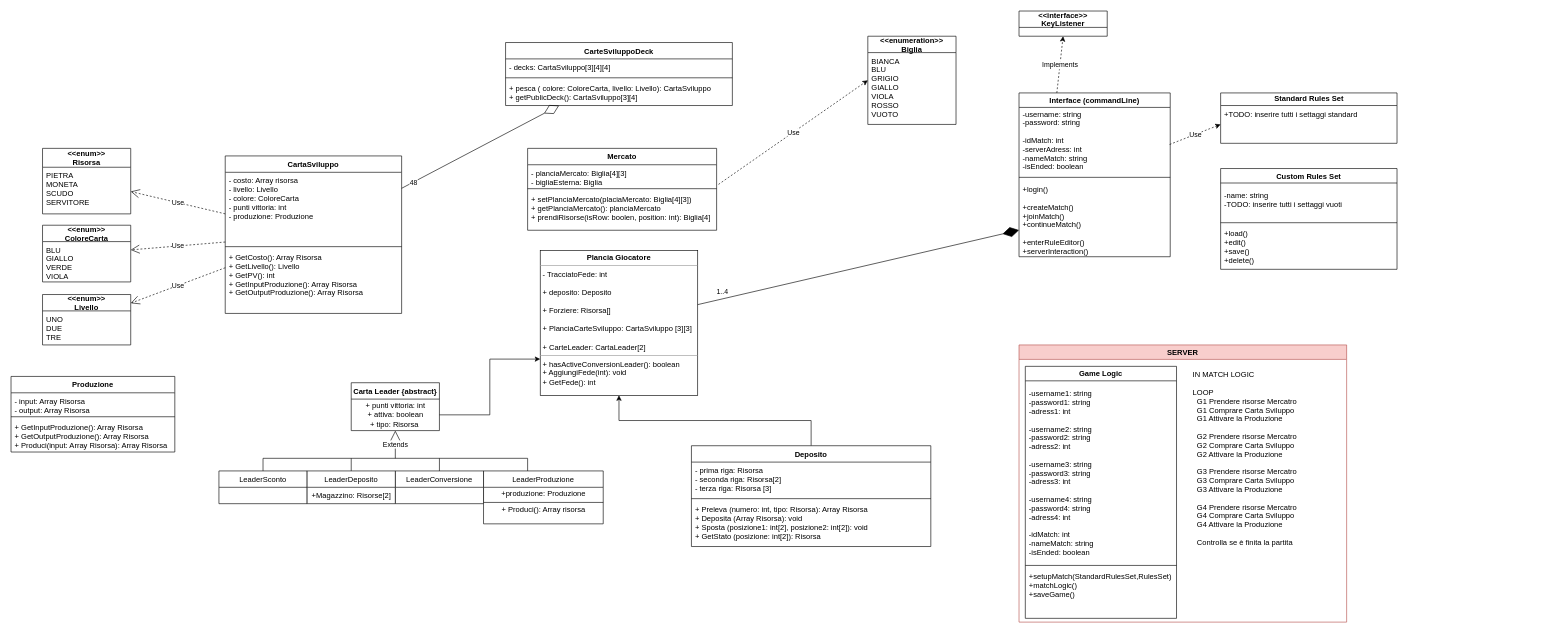
Above: Untitled Diagram.drawio in DavideLancini/ing-sw-2021-Lancini-Gilli-Frigerio (draw.io), before the change. Source tidied: cells renumbered, new cells numbered last; positions are measured from the earlier drawing's top-left corner, leaving out a move shared by most shapes. Both pictures are drawn from the tidied source at 63%, with x=0, y=0 at pixel (11, 11).
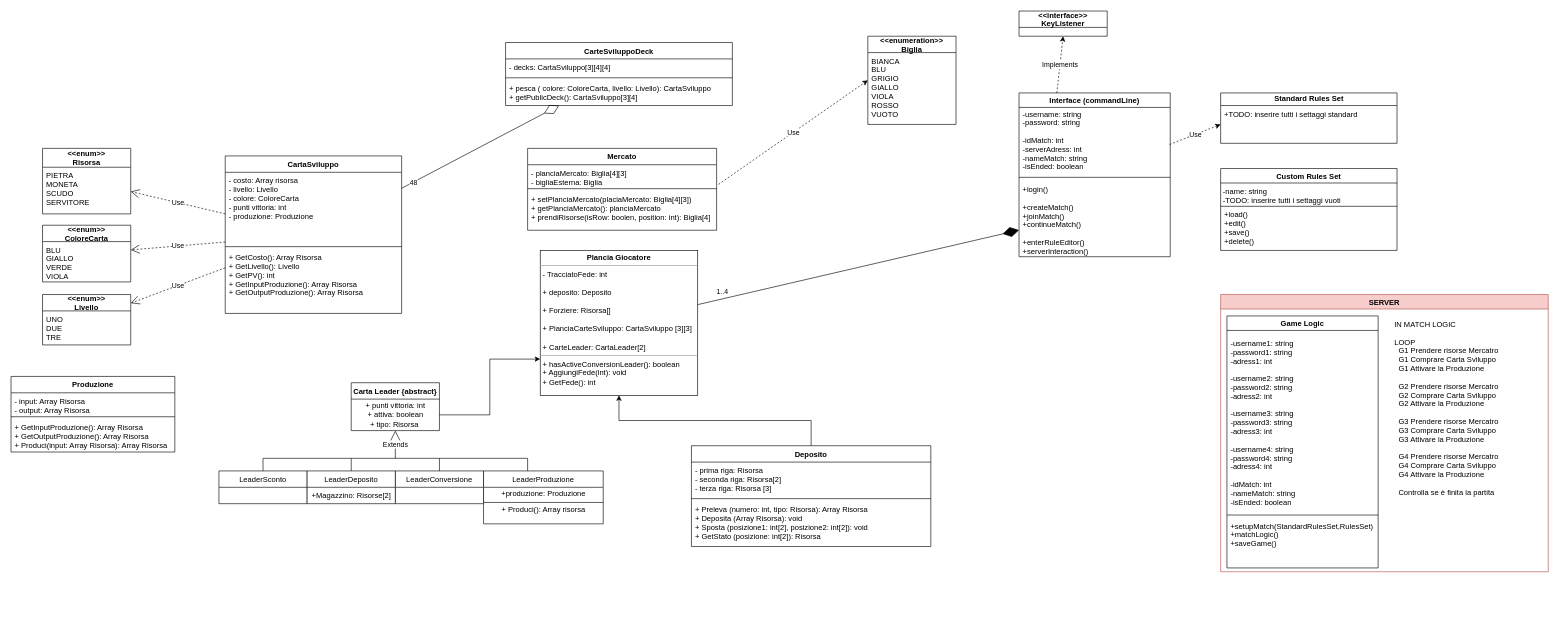
After the change.

What changed in the source:
```diff
@@
-    <mxCell id="16" value="Custom Rules Set" style="swimlane;strokeColor=#000000;swimlaneFillColor=#ffffff;" parent="1" vertex="1">
-      <mxGeometry x="1920" y="250" width="280" height="160" as="geometry" />
+    <mxCell id="16" value="Custom Rules Set" style="swimlane;swimlaneFillColor=#ffffff;startSize=23;swimlaneLine=1;rounded=0;glass=0;sketch=0;perimeterSpacing=1;align=center;" parent="1" vertex="1">
+      <mxGeometry x="1920" y="250" width="280" height="130" as="geometry" />
     </mxCell>
-    <mxCell id="17" value="-name: string&#10;-TODO: inserire tutti i settaggi vuoti" style="text;strokeColor=none;fillColor=none;align=left;verticalAlign=top;spacingLeft=4;spacingRight=4;overflow=hidden;" parent="16" vertex="1">
-      <mxGeometry y="30" width="280" height="50" as="geometry" />
+    <mxCell id="17" value="-name: string&lt;br&gt;-TODO: inserire tutti i settaggi vuoti" style="text;align=left;verticalAlign=top;spacingLeft=2;spacingRight=0;overflow=hidden;html=1;whiteSpace=wrap;labelBorderColor=none;labelBackgroundColor=none;textDirection=ltr;labelPosition=center;verticalLabelPosition=middle;shadow=0;" parent="16" vertex="1">
+      <mxGeometry y="23" width="280" height="37" as="geometry" />
     </mxCell>
+    <mxCell id="19" value="+load()&#10;+edit()&#10;+save()&#10;+delete()" style="text;strokeColor=none;fillColor=none;align=left;verticalAlign=top;spacingLeft=4;spacingRight=4;overflow=hidden;" parent="16" vertex="1">
+      <mxGeometry y="60" width="280" height="70" as="geometry" />
+    </mxCell>
     <mxCell id="18" style="line;html=1;strokeWidth=1;align=left;verticalAlign=middle;spacingTop=-1;spacingLeft=3;spacingRight=3;labelPosition=right;" parent="16" vertex="1">
-      <mxGeometry y="82" width="280" height="8" as="geometry" />
+      <mxGeometry y="56" width="280" height="8" as="geometry" />
     </mxCell>
-    <mxCell id="19" value="+load()&#10;+edit()&#10;+save()&#10;+delete()" style="text;strokeColor=none;fillColor=none;align=left;verticalAlign=top;spacingLeft=4;spacingRight=4;overflow=hidden;" parent="16" vertex="1">
-      <mxGeometry y="90" width="280" height="70" as="geometry" />
-    </mxCell>
@@
     <mxCell id="65" value="SERVER" style="swimlane;fillColor=#f8cecc;strokeColor=#b85450;swimlaneFillColor=#ffffff;" parent="1" vertex="1">
-      <mxGeometry x="1600" y="530" width="520" height="440" as="geometry" />
+      <mxGeometry x="1920" y="450" width="520" height="440" as="geometry" />
     </mxCell>
```
